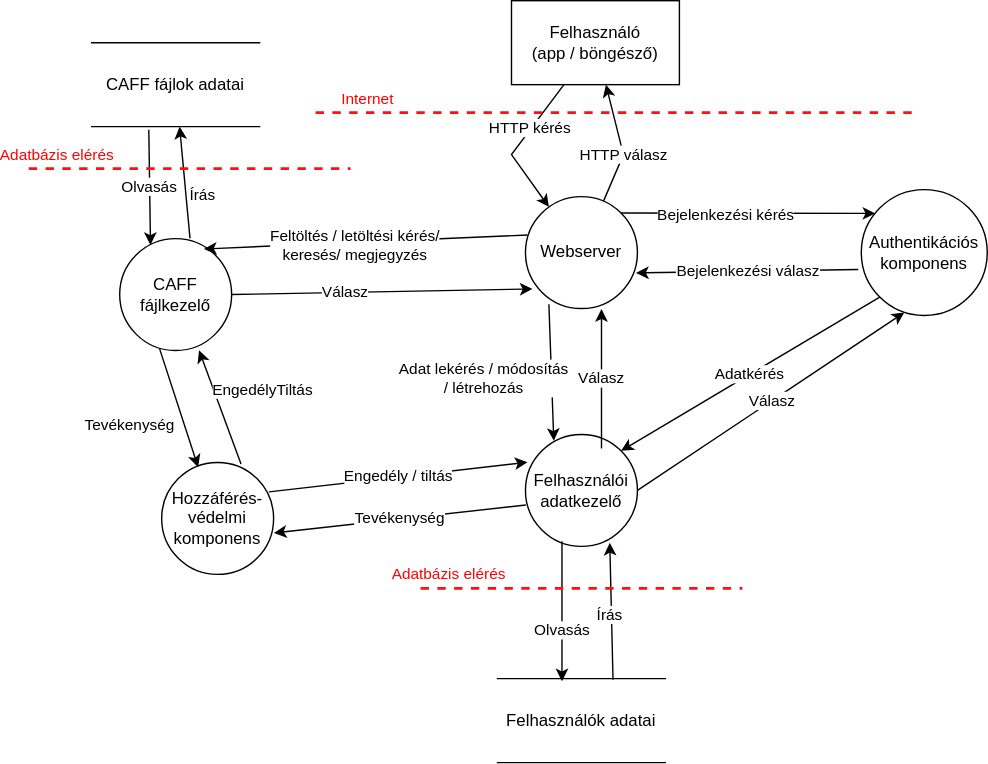
The draw.io diagram Pictures/Data_flow_chart.svg in Fylota/hagyma_crysys, before a commit. Source tidied: cells renumbered, new cells last; positions are measured from the earlier drawing's top-left corner, leaving out a move shared by most shapes.
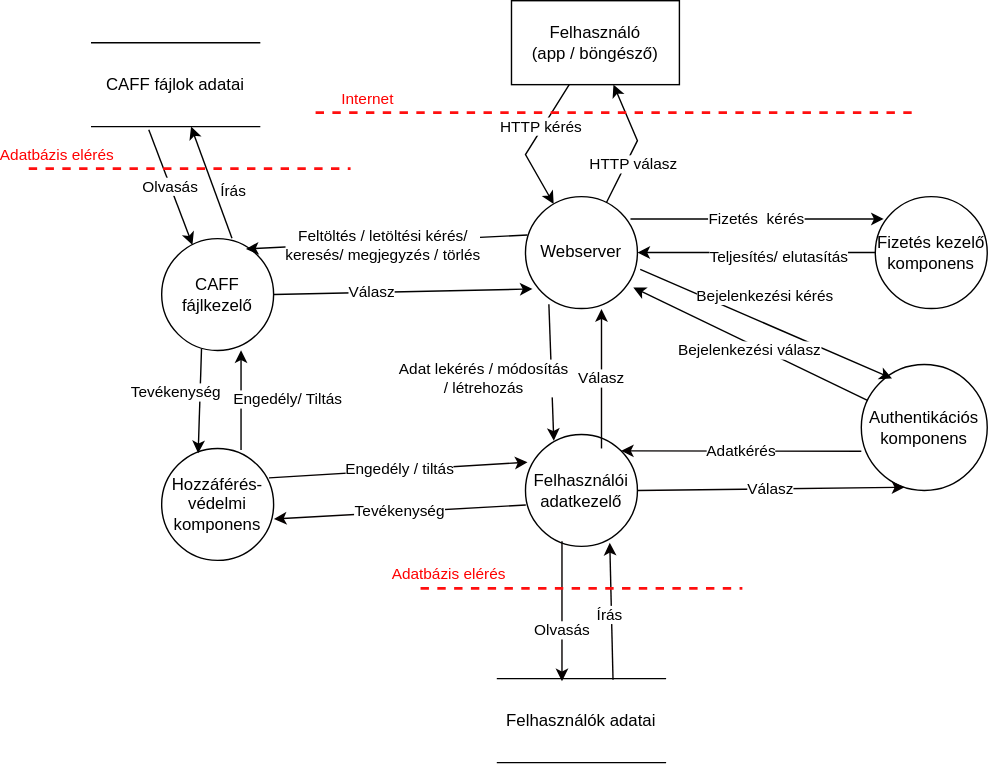
After the change.

Commit message:
Update data flows

Diff of the diagram source:
```diff
@@ -11,40 +11,41 @@
     <mxCell id="4" value="HTTP kérés" style="endArrow=classic;html=1;rounded=0;" parent="1" edge="1" source="3" target="2">
       <mxGeometry x="-0.28" y="-1" relative="1" as="geometry">
         <Array as="points">
-          <mxPoint x="345" y="110" />
+          <mxPoint x="355" y="110" />
         </Array>
       </mxGeometry>
     </mxCell>
     <mxCell id="5" value="HTTP válasz" style="endArrow=classic;html=1;rounded=0;" parent="1" edge="1" source="2" target="3">
-      <mxGeometry x="-0.18" relative="1" as="geometry">
+      <mxGeometry x="-0.32" y="-4" relative="1" as="geometry">
         <Array as="points">
-          <mxPoint x="425" y="110" />
+          <mxPoint x="435" y="100" />
         </Array>
+        <mxPoint x="1" as="offset" />
       </mxGeometry>
     </mxCell>
     <mxCell id="6" value="Authentikációs komponens" style="ellipse;whiteSpace=wrap;html=1;fillColor=none;" parent="1" vertex="1">
-      <mxGeometry x="595" y="135" width="90" height="90" as="geometry" />
+      <mxGeometry x="595" y="260" width="90" height="90" as="geometry" />
     </mxCell>
-    <mxCell id="7" style="endArrow=classic;html=1;rounded=0;exitX=1;exitY=0;exitDx=0;exitDy=0;" parent="1" edge="1" source="2">
-      <mxGeometry relative="1" as="geometry">
-        <mxPoint x="605" y="152" as="targetPoint" />
-      </mxGeometry>
+    <mxCell id="7" style="endArrow=classic;html=1;rounded=0;exitX=1.025;exitY=0.65;exitDx=0;exitDy=0;entryX=0.244;entryY=0.111;entryDx=0;entryDy=0;entryPerimeter=0;exitPerimeter=0;" parent="1" edge="1" source="2" target="6">
+      <mxGeometry relative="1" as="geometry" />
     </mxCell>
     <mxCell id="8" value="Bejelenkezési kérés" style="edgeLabel;html=1;align=center;verticalAlign=middle;" parent="7" vertex="1">
       <mxGeometry x="-0.35" y="-1" relative="1" as="geometry">
-        <mxPoint x="15" as="offset" />
+        <mxPoint x="30" y="-8" as="offset" />
       </mxGeometry>
     </mxCell>
-    <mxCell id="9" value="Bejelenkezési válasz" style="endArrow=classic;html=1;rounded=0;exitX=-0.024;exitY=0.635;exitDx=0;exitDy=0;entryX=0.988;entryY=0.682;entryDx=0;entryDy=0;exitPerimeter=0;entryPerimeter=0;" parent="1" edge="1" source="6" target="2">
-      <mxGeometry relative="1" as="geometry" />
+    <mxCell id="9" value="Bejelenkezési válasz" style="endArrow=classic;html=1;rounded=0;entryX=0.963;entryY=0.813;entryDx=0;entryDy=0;entryPerimeter=0;" parent="1" edge="1" source="6" target="2">
+      <mxGeometry x="-0.01" y="5" relative="1" as="geometry">
+        <mxPoint y="-1" as="offset" />
+      </mxGeometry>
     </mxCell>
     <mxCell id="10" value="CAFF fájlkezelő" style="ellipse;whiteSpace=wrap;html=1;fillColor=none;" parent="1" vertex="1">
-      <mxGeometry x="65" y="170" width="80" height="80" as="geometry" />
+      <mxGeometry x="95" y="170" width="80" height="80" as="geometry" />
     </mxCell>
     <mxCell id="11" style="endArrow=classic;html=1;rounded=0;entryX=0.753;entryY=0.093;entryDx=0;entryDy=0;exitX=0.018;exitY=0.343;exitDx=0;exitDy=0;exitPerimeter=0;entryPerimeter=0;" parent="1" edge="1" source="2" target="10">
       <mxGeometry relative="1" as="geometry" />
     </mxCell>
-    <mxCell id="12" value="Feltöltés / letöltési kérés/ &lt;br&gt;keresés/ megjegyzés" style="edgeLabel;html=1;align=center;verticalAlign=middle;" parent="11" vertex="1">
+    <mxCell id="12" value="Feltöltés / letöltési kérés/ &lt;br&gt;keresés/ megjegyzés / törlés" style="edgeLabel;html=1;align=center;verticalAlign=middle;" parent="11" vertex="1">
       <mxGeometry x="0.34" relative="1" as="geometry">
         <mxPoint x="31" as="offset" />
       </mxGeometry>
@@ -64,12 +65,12 @@
       <mxGeometry relative="1" as="geometry" />
     </mxCell>
     <mxCell id="17" value="Hozzáférés-védelmi komponens" style="ellipse;whiteSpace=wrap;html=1;fillColor=none;" parent="1" vertex="1">
-      <mxGeometry x="95" y="330" width="80" height="80" as="geometry" />
+      <mxGeometry x="95" y="320" width="80" height="80" as="geometry" />
     </mxCell>
     <mxCell id="18" value="Tevékenység" style="endArrow=classic;html=1;rounded=0;exitX=0.356;exitY=0.983;exitDx=0;exitDy=0;entryX=0.326;entryY=0.042;entryDx=0;entryDy=0;exitPerimeter=0;entryPerimeter=0;" parent="1" edge="1" source="10" target="17">
-      <mxGeometry x="0.01" y="-37" relative="1" as="geometry" />
+      <mxGeometry x="-0.15" y="-17" relative="1" as="geometry" />
     </mxCell>
-    <mxCell id="19" value="EngedélyTiltás" style="endArrow=classic;html=1;rounded=0;exitX=0.709;exitY=0.013;exitDx=0;exitDy=0;entryX=0.709;entryY=0.998;entryDx=0;entryDy=0;entryPerimeter=0;exitPerimeter=0;" parent="1" edge="1" source="17" target="10">
+    <mxCell id="19" value="Engedély/ Tiltás" style="endArrow=classic;html=1;rounded=0;exitX=0.709;exitY=0.013;exitDx=0;exitDy=0;entryX=0.709;entryY=0.998;entryDx=0;entryDy=0;entryPerimeter=0;exitPerimeter=0;" parent="1" edge="1" source="17" target="10">
       <mxGeometry x="0.01" y="-33" relative="1" as="geometry" />
     </mxCell>
     <mxCell id="20" value="&lt;font color=&quot;#ff0000&quot;&gt;Internet&lt;/font&gt;" style="endArrow=none;dashed=1;html=1;strokeWidth=2;rounded=0;strokeColor=#FF0F0F;" parent="1" edge="1">
@@ -84,7 +85,7 @@
     <mxCell id="21" value="&lt;font color=&quot;#000000&quot;&gt;Felhasználói adatkezelő&lt;/font&gt;" style="ellipse;whiteSpace=wrap;html=1;fontColor=#FF0000;fillColor=none;" parent="1" vertex="1">
       <mxGeometry x="355" y="310" width="80" height="80" as="geometry" />
     </mxCell>
-    <mxCell id="22" value="Adatkérés" style="endArrow=classic;html=1;rounded=0;strokeColor=#050000;fontColor=#000000;entryX=1;entryY=0;entryDx=0;entryDy=0;exitX=0;exitY=1;exitDx=0;exitDy=0;" parent="1" edge="1" source="6" target="21">
+    <mxCell id="22" value="Adatkérés" style="endArrow=classic;html=1;rounded=0;strokeColor=#050000;fontColor=#000000;entryX=1;entryY=0;entryDx=0;entryDy=0;exitX=0;exitY=0.689;exitDx=0;exitDy=0;exitPerimeter=0;" parent="1" edge="1" source="6" target="21">
       <mxGeometry relative="1" as="geometry" />
     </mxCell>
     <mxCell id="23" value="Válasz" style="endArrow=classic;html=1;rounded=0;strokeColor=#050000;fontColor=#000000;exitX=1;exitY=0.5;exitDx=0;exitDy=0;entryX=0.342;entryY=0.975;entryDx=0;entryDy=0;entryPerimeter=0;" parent="1" edge="1" source="21" target="6">
@@ -137,5 +138,14 @@
     <mxCell id="34" value="Tevékenység" style="endArrow=classic;html=1;rounded=0;strokeColor=#050000;fontColor=#000000;entryX=1.003;entryY=0.63;entryDx=0;entryDy=0;entryPerimeter=0;exitX=0.003;exitY=0.63;exitDx=0;exitDy=0;exitPerimeter=0;" parent="1" edge="1" source="21" target="17">
       <mxGeometry relative="1" as="geometry" />
     </mxCell>
+    <mxCell id="35" value="Fizetés kezelő komponens" style="ellipse;whiteSpace=wrap;html=1;fillColor=none;" parent="1" vertex="1">
+      <mxGeometry x="605" y="140" width="80" height="80" as="geometry" />
+    </mxCell>
+    <mxCell id="36" value="Fizetés&amp;nbsp; kérés" style="endArrow=classic;html=1;rounded=0;exitX=0.938;exitY=0.2;exitDx=0;exitDy=0;exitPerimeter=0;entryX=0.075;entryY=0.2;entryDx=0;entryDy=0;entryPerimeter=0;" parent="1" edge="1" source="2" target="35">
+      <mxGeometry relative="1" as="geometry" />
+    </mxCell>
+    <mxCell id="37" value="Teljesítés/ elutasítás" style="endArrow=classic;html=1;rounded=0;entryX=1;entryY=0.5;entryDx=0;entryDy=0;exitX=0;exitY=0.5;exitDx=0;exitDy=0;" parent="1" edge="1" source="35" target="2">
+      <mxGeometry x="-0.18" y="3" relative="1" as="geometry" />
+    </mxCell>
   </root>
 </mxGraphModel>
```
